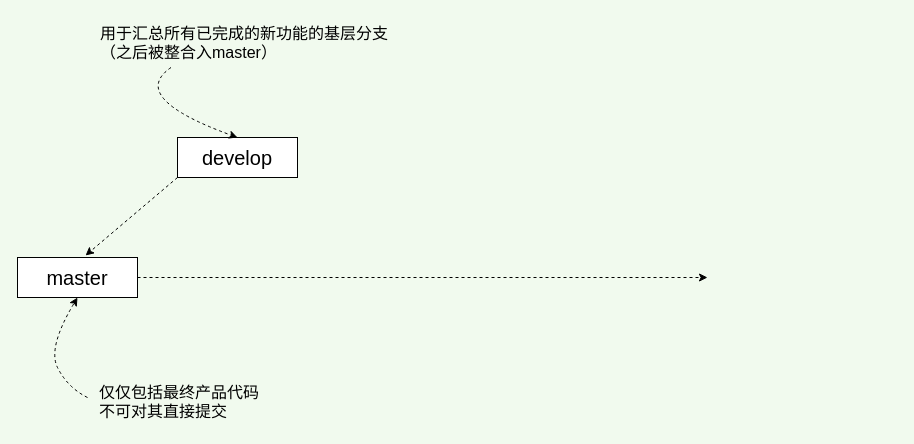
This is Git分支策略.drawio from Cy-Draw/Flowchart, a draw.io file, before an edit. Source tidied: cells renumbered, new cells numbered last; positions are measured from the earlier drawing's top-left corner, leaving out a move shared by most shapes. Both pictures are drawn from the tidied source at 100%, with x=0, y=0 at pixel (17, 17).
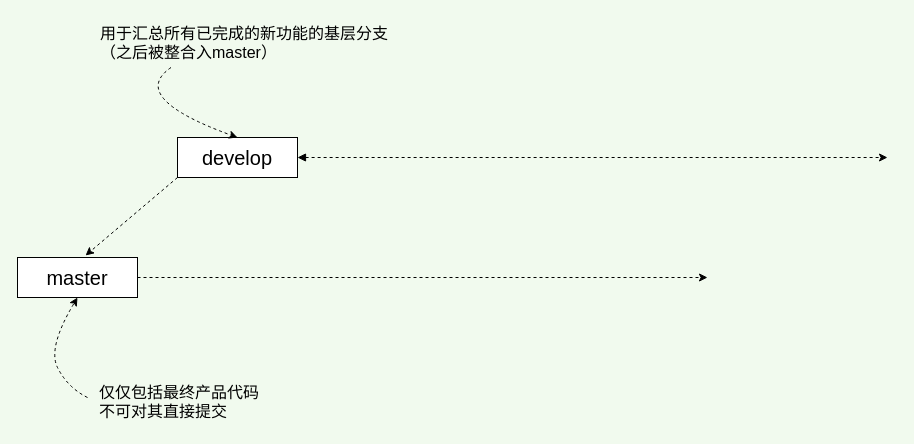
Above is the later version.

Commit message (it also covers changes not shown here):
更新Git分支策略.drawio

Diff of the diagram source:
```diff
@@
 <mxGraphModel background="#F1FAEE">
   <root>
     <mxCell id="0" />
     <mxCell id="1" parent="0" />
     <mxCell id="2" value="master" style="rounded=0;whiteSpace=wrap;html=1;fontSize=20;" parent="1" vertex="1">
       <mxGeometry y="240" width="120" height="40" as="geometry" />
     </mxCell>
     <mxCell id="3" style="endArrow=classic;html=1;rounded=0;fontSize=20;exitX=1;exitY=0.5;exitDx=0;exitDy=0;dashed=1;" parent="1" edge="1" source="2">
       <mxGeometry relative="1" as="geometry">
         <mxPoint x="690" y="260" as="targetPoint" />
       </mxGeometry>
     </mxCell>
     <mxCell id="4" style="endArrow=classic;html=1;rounded=0;dashed=1;fontSize=20;entryX=0.567;entryY=-0.05;entryDx=0;entryDy=0;entryPerimeter=0;" parent="1" edge="1" target="2">
       <mxGeometry relative="1" as="geometry">
         <mxPoint x="160" y="160" as="sourcePoint" />
       </mxGeometry>
     </mxCell>
     <mxCell id="5" value="develop" style="rounded=0;whiteSpace=wrap;html=1;fontSize=20;" parent="1" vertex="1">
       <mxGeometry x="160" y="120" width="120" height="40" as="geometry" />
     </mxCell>
     <mxCell id="6" value="仅仅包括最终产品代码&lt;br&gt;不可对其直接提交&lt;br&gt;" style="text;html=1;strokeColor=none;fillColor=none;align=left;verticalAlign=top;whiteSpace=wrap;rounded=0;fontSize=16;" parent="1" vertex="1">
       <mxGeometry x="80" y="359" width="170" height="51" as="geometry" />
     </mxCell>
     <mxCell id="7" style="curved=1;endArrow=classic;html=1;rounded=0;dashed=1;fontSize=16;entryX=0.5;entryY=1;entryDx=0;entryDy=0;" parent="1" edge="1" target="2">
       <mxGeometry relative="1" as="geometry">
         <mxPoint x="70" y="380" as="sourcePoint" />
         <Array as="points">
           <mxPoint x="50" y="370" />
           <mxPoint x="30" y="330" />
         </Array>
       </mxGeometry>
     </mxCell>
     <mxCell id="8" value="用于汇总所有已完成的新功能的基层分支&lt;br&gt;（之后被整合入master）" style="text;html=1;strokeColor=none;fillColor=none;align=left;verticalAlign=top;whiteSpace=wrap;rounded=0;fontSize=16;" parent="1" vertex="1">
       <mxGeometry x="81" width="290" height="50" as="geometry" />
     </mxCell>
     <mxCell id="9" style="curved=1;endArrow=classic;html=1;rounded=0;dashed=1;fontSize=16;entryX=0.5;entryY=0;entryDx=0;entryDy=0;exitX=0.25;exitY=1;exitDx=0;exitDy=0;" parent="1" edge="1" source="8" target="5">
       <mxGeometry relative="1" as="geometry">
         <Array as="points">
           <mxPoint x="110" y="80" />
         </Array>
       </mxGeometry>
     </mxCell>
+    <mxCell id="10" style="endArrow=classic;html=1;rounded=0;dashed=1;fontSize=16;exitX=1;exitY=0.5;exitDx=0;exitDy=0;startArrow=block;startFill=1;" parent="1" edge="1" source="5">
+      <mxGeometry relative="1" as="geometry">
+        <mxPoint x="870" y="140" as="targetPoint" />
+      </mxGeometry>
+    </mxCell>
   </root>
 </mxGraphModel>
```
